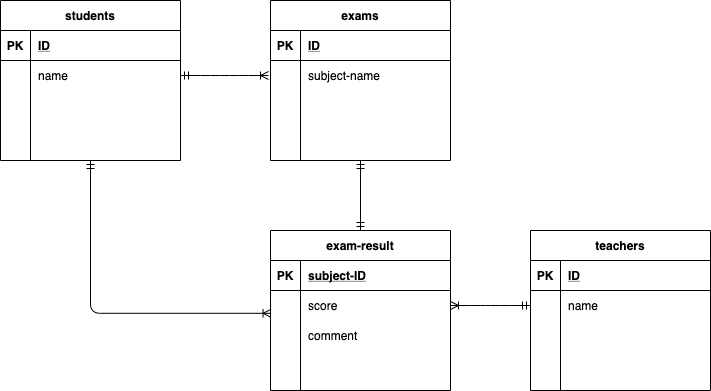
This is index.drawio.png from kiyo1215/coachtech_exam-database, a draw.io export, as it was before one commit. Source tidied: cells renumbered, new cells last; positions are measured from the earlier drawing's top-left corner, leaving out a move shared by most shapes.
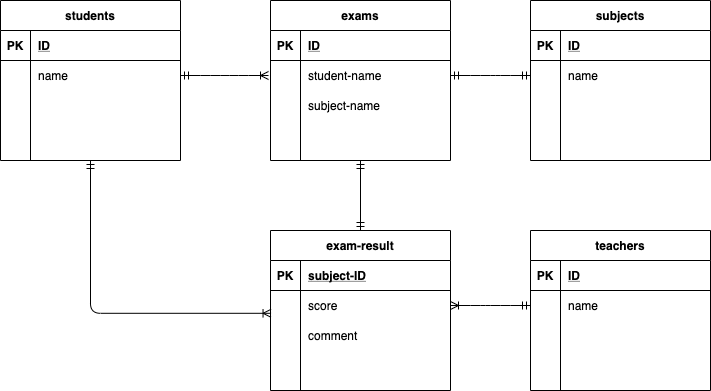
After the commit.

The edit, as a diff of the source:
```diff
@@ -59,7 +59,7 @@
     <mxCell id="20" style="shape=partialRectangle;fillColor=none;top=0;left=0;bottom=0;right=0;overflow=hidden;" parent="19" vertex="1">
       <mxGeometry width="30" height="30" as="geometry" />
     </mxCell>
-    <mxCell id="21" value="subject-name" style="shape=partialRectangle;fillColor=none;top=0;left=0;bottom=0;right=0;align=left;spacingLeft=6;overflow=hidden;" parent="19" vertex="1">
+    <mxCell id="21" value="student-name" style="shape=partialRectangle;fillColor=none;top=0;left=0;bottom=0;right=0;align=left;spacingLeft=6;overflow=hidden;" parent="19" vertex="1">
       <mxGeometry x="30" width="150" height="30" as="geometry" />
     </mxCell>
     <mxCell id="22" style="shape=partialRectangle;fillColor=none;top=0;left=0;bottom=0;right=0;" parent="15" vertex="1">
@@ -68,7 +68,7 @@
     <mxCell id="23" style="shape=partialRectangle;fillColor=none;top=0;left=0;bottom=0;right=0;overflow=hidden;" parent="22" vertex="1">
       <mxGeometry width="30" height="30" as="geometry" />
     </mxCell>
-    <mxCell id="24" style="shape=partialRectangle;fillColor=none;top=0;left=0;bottom=0;right=0;align=left;spacingLeft=6;overflow=hidden;" parent="22" vertex="1">
+    <mxCell id="24" value="subject-name" style="shape=partialRectangle;fillColor=none;top=0;left=0;bottom=0;right=0;align=left;spacingLeft=6;overflow=hidden;" parent="22" vertex="1">
       <mxGeometry x="30" width="150" height="30" as="geometry" />
     </mxCell>
     <mxCell id="25" style="shape=partialRectangle;fillColor=none;top=0;left=0;bottom=0;right=0;" parent="15" vertex="1">
@@ -163,5 +163,47 @@
     <mxCell id="54" style="edgeStyle=orthogonalEdgeStyle;fontSize=12;html=1;endArrow=ERoneToMany;startArrow=ERmandOne;entryX=0.003;entryY=0.76;entryDx=0;entryDy=0;entryPerimeter=0;exitX=0.5;exitY=1;exitDx=0;exitDy=0;" parent="1" edge="1" source="2" target="43">
       <mxGeometry relative="1" as="geometry" />
     </mxCell>
+    <mxCell id="55" value="subjects" style="shape=table;startSize=30;rowLines=0;fontStyle=1;align=center;" parent="1" vertex="1">
+      <mxGeometry x="530" width="180" height="160" as="geometry" />
+    </mxCell>
+    <mxCell id="56" style="shape=partialRectangle;fillColor=none;top=0;left=0;bottom=1;right=0;" parent="55" vertex="1">
+      <mxGeometry y="30" width="180" height="30" as="geometry" />
+    </mxCell>
+    <mxCell id="57" value="PK" style="shape=partialRectangle;fillColor=none;top=0;left=0;bottom=0;right=0;fontStyle=1;overflow=hidden;" parent="56" vertex="1">
+      <mxGeometry width="30" height="30" as="geometry" />
+    </mxCell>
+    <mxCell id="58" value="ID" style="shape=partialRectangle;fillColor=none;top=0;left=0;bottom=0;right=0;align=left;spacingLeft=6;fontStyle=5;overflow=hidden;" parent="56" vertex="1">
+      <mxGeometry x="30" width="150" height="30" as="geometry" />
+    </mxCell>
+    <mxCell id="59" style="shape=partialRectangle;fillColor=none;top=0;left=0;bottom=0;right=0;points=[[0,0.5],[1,0.5]];portConstraint=eastwest;" parent="55" vertex="1">
+      <mxGeometry y="60" width="180" height="30" as="geometry" />
+    </mxCell>
+    <mxCell id="60" style="shape=partialRectangle;fillColor=none;top=0;left=0;bottom=0;right=0;overflow=hidden;" parent="59" vertex="1">
+      <mxGeometry width="30" height="30" as="geometry" />
+    </mxCell>
+    <mxCell id="61" value="name" style="shape=partialRectangle;fillColor=none;top=0;left=0;bottom=0;right=0;align=left;spacingLeft=6;overflow=hidden;" parent="59" vertex="1">
+      <mxGeometry x="30" width="150" height="30" as="geometry" />
+    </mxCell>
+    <mxCell id="62" style="shape=partialRectangle;fillColor=none;top=0;left=0;bottom=0;right=0;" parent="55" vertex="1">
+      <mxGeometry y="90" width="180" height="30" as="geometry" />
+    </mxCell>
+    <mxCell id="63" style="shape=partialRectangle;fillColor=none;top=0;left=0;bottom=0;right=0;overflow=hidden;" parent="62" vertex="1">
+      <mxGeometry width="30" height="30" as="geometry" />
+    </mxCell>
+    <mxCell id="64" style="shape=partialRectangle;fillColor=none;top=0;left=0;bottom=0;right=0;align=left;spacingLeft=6;overflow=hidden;" parent="62" vertex="1">
+      <mxGeometry x="30" width="150" height="30" as="geometry" />
+    </mxCell>
+    <mxCell id="65" style="shape=partialRectangle;fillColor=none;top=0;left=0;bottom=0;right=0;" parent="55" vertex="1">
+      <mxGeometry y="120" width="180" height="30" as="geometry" />
+    </mxCell>
+    <mxCell id="66" style="shape=partialRectangle;fillColor=none;top=0;left=0;bottom=0;right=0;overflow=hidden;" parent="65" vertex="1">
+      <mxGeometry width="30" height="30" as="geometry" />
+    </mxCell>
+    <mxCell id="67" style="shape=partialRectangle;fillColor=none;top=0;left=0;bottom=0;right=0;align=left;spacingLeft=6;overflow=hidden;" parent="65" vertex="1">
+      <mxGeometry x="30" width="150" height="30" as="geometry" />
+    </mxCell>
+    <mxCell id="68" style="edgeStyle=entityRelationEdgeStyle;fontSize=12;html=1;endArrow=ERmandOne;startArrow=ERmandOne;entryX=0;entryY=0.5;entryDx=0;entryDy=0;exitX=1;exitY=0.5;exitDx=0;exitDy=0;" parent="1" edge="1" source="19" target="59">
+      <mxGeometry relative="1" as="geometry" />
+    </mxCell>
   </root>
 </mxGraphModel>
```
